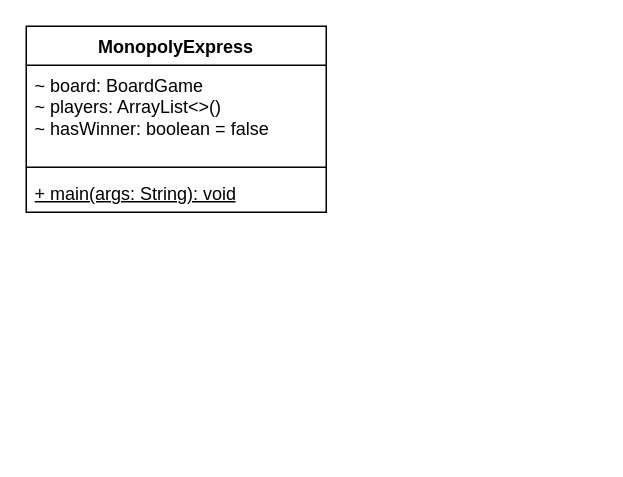
This is workshop9-week10.drawio from antonykimuom/SWEN30006-2025-SM1-workshop1-tuew05-14-00-team-12, a draw.io file, before an edit. Source tidied: cells renumbered, new cells numbered last; positions are measured from the earlier drawing's top-left corner, leaving out a move shared by most shapes. Both pictures are drawn from the tidied source at 150%, with x=0, y=0 at pixel (26, 26).
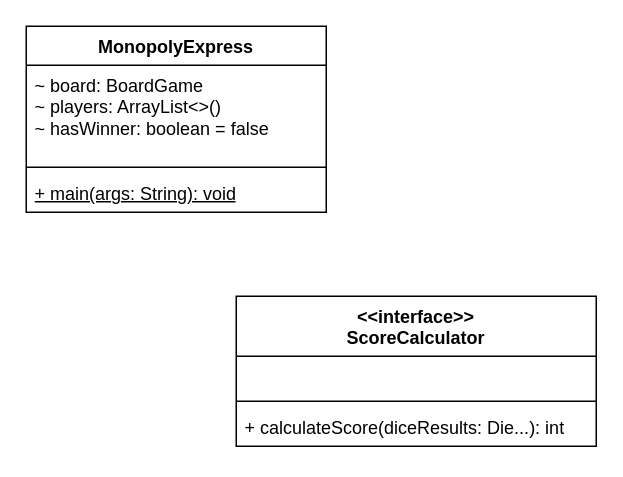
The same page after the edit.

Commit message:
added a score calculator

Diff of the diagram source:
```diff
@@
 <mxGraphModel>
   <root>
     <mxCell id="0" />
     <mxCell id="1" parent="0" />
     <mxCell id="2" value="MonopolyExpress" style="swimlane;fontStyle=1;align=center;verticalAlign=top;horizontal=1;startSize=26;whiteSpace=wrap;html=1;" parent="1" vertex="1">
       <mxGeometry width="200" height="124" as="geometry" />
     </mxCell>
     <mxCell id="3" value="~ board: BoardGame&lt;div&gt;~ players: ArrayList&amp;lt;&amp;gt;()&lt;/div&gt;&lt;div&gt;~ hasWinner: boolean = false&lt;/div&gt;" style="text;strokeColor=none;fillColor=none;align=left;verticalAlign=top;spacingLeft=4;spacingRight=4;overflow=hidden;whiteSpace=wrap;html=1;" parent="2" vertex="1">
       <mxGeometry y="26" width="200" height="64" as="geometry" />
     </mxCell>
     <mxCell id="4" style="line;strokeWidth=1;fillColor=none;align=left;verticalAlign=middle;spacingTop=-1;spacingLeft=3;spacingRight=3;labelPosition=right;strokeColor=inherit;" parent="2" vertex="1">
       <mxGeometry y="90" width="200" height="8" as="geometry" />
     </mxCell>
     <mxCell id="5" value="&lt;u&gt;+ main(args: String): void&lt;/u&gt;" style="text;strokeColor=none;fillColor=none;align=left;verticalAlign=top;spacingLeft=4;spacingRight=4;overflow=hidden;whiteSpace=wrap;html=1;" parent="2" vertex="1">
       <mxGeometry y="98" width="200" height="26" as="geometry" />
     </mxCell>
+    <mxCell id="6" value="&amp;lt;&amp;lt;interface&amp;gt;&amp;gt;&lt;div&gt;ScoreCalculator&lt;/div&gt;" style="swimlane;fontStyle=1;align=center;verticalAlign=top;horizontal=1;startSize=40;whiteSpace=wrap;html=1;" parent="1" vertex="1">
+      <mxGeometry x="140" y="180" width="240" height="100" as="geometry" />
+    </mxCell>
+    <mxCell id="7" value="&lt;br&gt;&lt;div&gt;&lt;br&gt;&lt;/div&gt;" style="text;strokeColor=none;fillColor=none;align=left;verticalAlign=top;spacingLeft=4;spacingRight=4;overflow=hidden;whiteSpace=wrap;html=1;" parent="6" vertex="1">
+      <mxGeometry y="40" width="240" height="26" as="geometry" />
+    </mxCell>
+    <mxCell id="8" style="line;strokeWidth=1;fillColor=none;align=left;verticalAlign=middle;spacingTop=-1;spacingLeft=3;spacingRight=3;labelPosition=right;strokeColor=inherit;" parent="6" vertex="1">
+      <mxGeometry y="66" width="240" height="8" as="geometry" />
+    </mxCell>
+    <mxCell id="9" value="+ calculateScore(diceResults: Die...): int" style="text;strokeColor=none;fillColor=none;align=left;verticalAlign=top;spacingLeft=4;spacingRight=4;overflow=hidden;whiteSpace=wrap;html=1;" parent="6" vertex="1">
+      <mxGeometry y="74" width="240" height="26" as="geometry" />
+    </mxCell>
   </root>
 </mxGraphModel>
```
